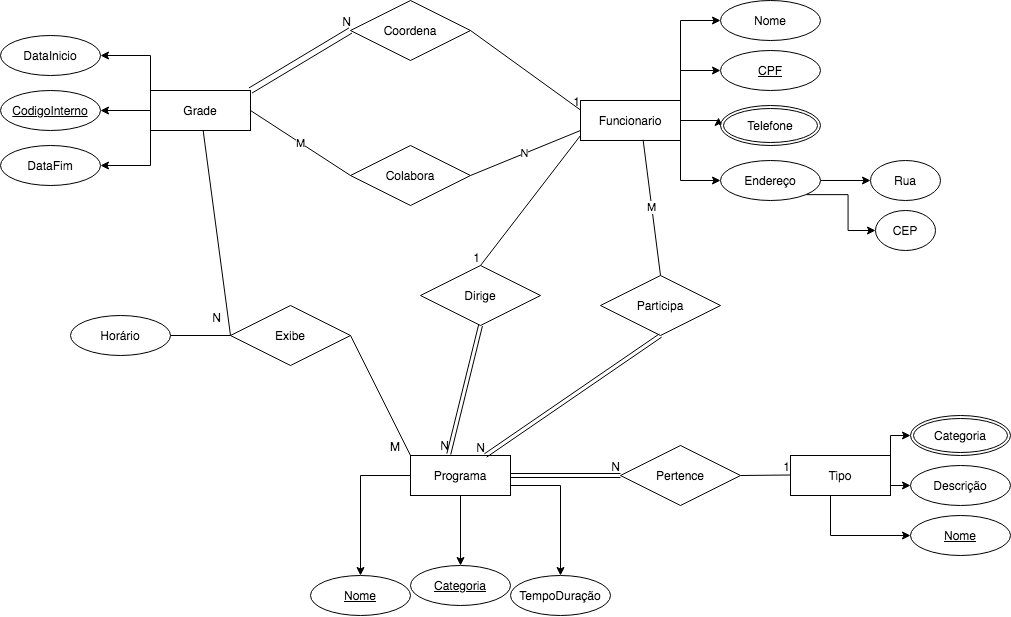
guiaguiar27/DataBase keeps this draw.io diagram as Untitled Diagram.png. Above is the earlier version. Source tidied: cells renumbered, new cells last; positions are measured from the earlier drawing's top-left corner, leaving out a move shared by most shapes.
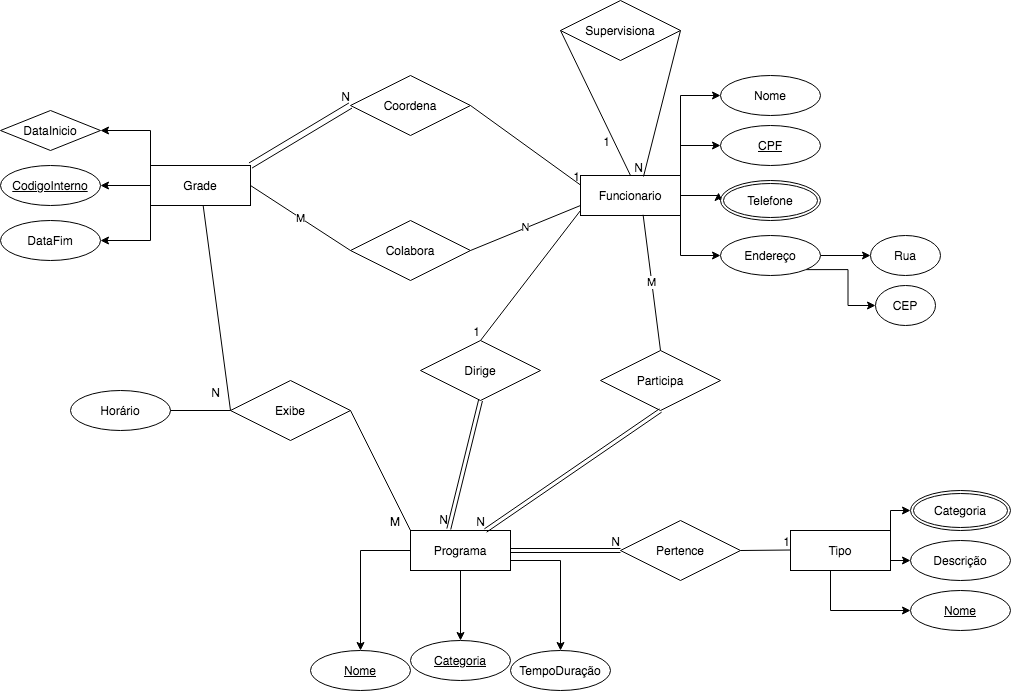
The same file after the commit.

The edit, as a diff of the source:
```diff
@@ -17,7 +17,7 @@
     <mxCell id="6" value="CodigoInterno" style="ellipse;whiteSpace=wrap;html=1;align=center;fontStyle=4;" parent="1" vertex="1">
       <mxGeometry y="90" width="100" height="40" as="geometry" />
     </mxCell>
-    <mxCell id="7" value="DataInicio" style="ellipse;whiteSpace=wrap;html=1;align=center;" parent="1" vertex="1">
+    <mxCell id="7" value="DataInicio" style="shape=rhombus;perimeter=rhombusPerimeter;whiteSpace=wrap;html=1;align=center;fontFamily=Helvetica;fontSize=12;fontColor=#000000;strokeColor=#000000;fillColor=#ffffff;" parent="1" vertex="1">
       <mxGeometry y="35" width="100" height="40" as="geometry" />
     </mxCell>
     <mxCell id="8" value="DataFim" style="ellipse;whiteSpace=wrap;html=1;align=center;" parent="1" vertex="1">
@@ -219,5 +219,22 @@
     <mxCell id="64" value="N" style="html=1;align=right;verticalAlign=bottom;" parent="63" vertex="1">
       <mxGeometry x="1" relative="1" as="geometry" />
     </mxCell>
+    <mxCell id="65" value="Supervisiona" style="shape=rhombus;perimeter=rhombusPerimeter;whiteSpace=wrap;html=1;align=center;" parent="1" vertex="1">
+      <mxGeometry x="560" y="-75" width="120" height="60" as="geometry" />
+    </mxCell>
+    <mxCell id="66" style="endArrow=none;html=1;rounded=0;exitX=1;exitY=0.5;exitDx=0;exitDy=0;entryX=0.63;entryY=0.025;entryDx=0;entryDy=0;entryPerimeter=0;" parent="1" edge="1" source="65" target="13">
+      <mxGeometry relative="1" as="geometry" />
+    </mxCell>
+    <mxCell id="67" value="N" style="html=1;align=right;verticalAlign=bottom;" parent="66" vertex="1">
+      <mxGeometry x="1" relative="1" as="geometry" />
+    </mxCell>
+    <mxCell id="68" style="endArrow=none;html=1;rounded=0;exitX=0;exitY=0.5;exitDx=0;exitDy=0;entryX=0.5;entryY=0;entryDx=0;entryDy=0;" parent="1" edge="1" source="65" target="13">
+      <mxGeometry relative="1" as="geometry" />
+    </mxCell>
+    <mxCell id="69" value="1" style="html=1;align=right;verticalAlign=bottom;" parent="68" vertex="1">
+      <mxGeometry x="1" relative="1" as="geometry">
+        <mxPoint x="-20" y="-25" as="offset" />
+      </mxGeometry>
+    </mxCell>
   </root>
 </mxGraphModel>
```
